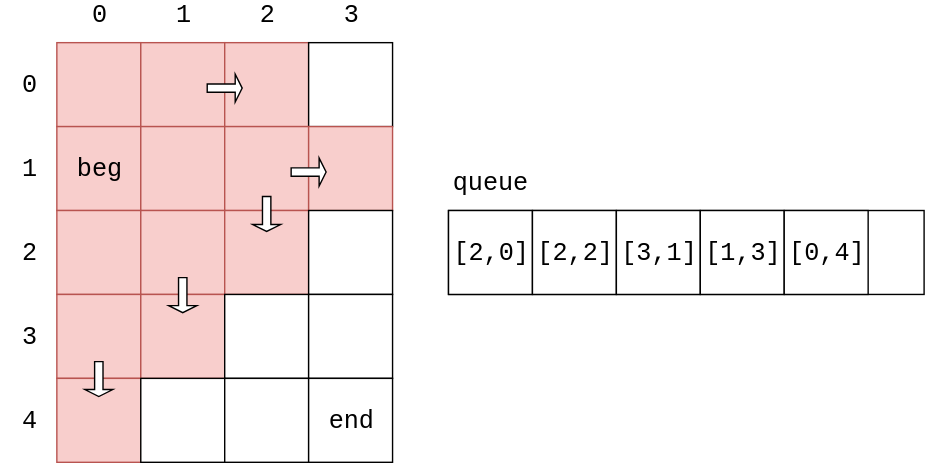
This is docs/Search/res/BreadthFirstSearch9.svg from linrongbin16/way-to-algorithm, a draw.io export, as it was before one commit. Source tidied: cells renumbered, new cells last; positions are measured from the earlier drawing's top-left corner, leaving out a move shared by most shapes.
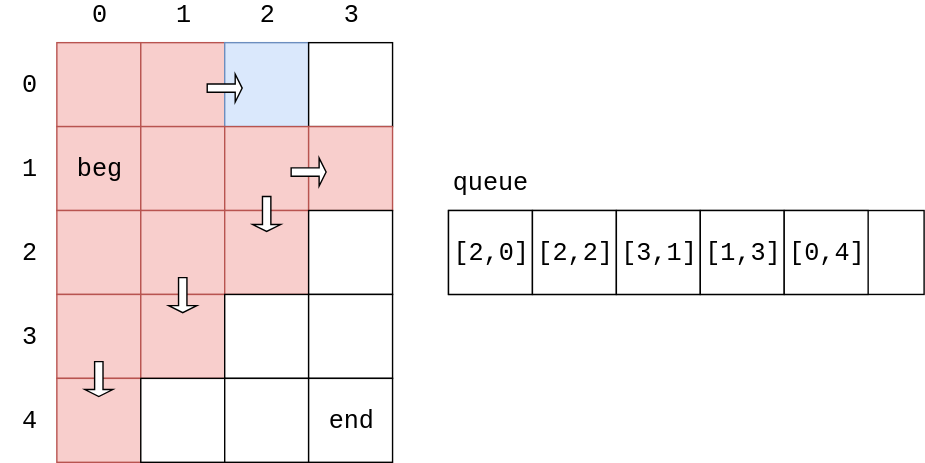
Above is the later version.

Diff of the diagram source:
```diff
@@ -8,7 +8,7 @@
     <mxCell id="3" style="rounded=0;whiteSpace=wrap;html=1;fontFamily=Courier New;fontSize=18;fillColor=#f8cecc;strokeColor=#b85450;" parent="1" vertex="1">
       <mxGeometry x="100" y="30" width="60" height="60" as="geometry" />
     </mxCell>
-    <mxCell id="4" style="rounded=0;whiteSpace=wrap;html=1;fontFamily=Courier New;fontSize=18;fillColor=#f8cecc;strokeColor=#b85450;" parent="1" vertex="1">
+    <mxCell id="4" style="rounded=0;whiteSpace=wrap;html=1;fontFamily=Courier New;fontSize=18;fillColor=#dae8fc;strokeColor=#6c8ebf;" parent="1" vertex="1">
       <mxGeometry x="160" y="30" width="60" height="60" as="geometry" />
     </mxCell>
     <mxCell id="5" style="rounded=0;whiteSpace=wrap;html=1;fontFamily=Courier New;fontSize=18;" parent="1" vertex="1">
```
